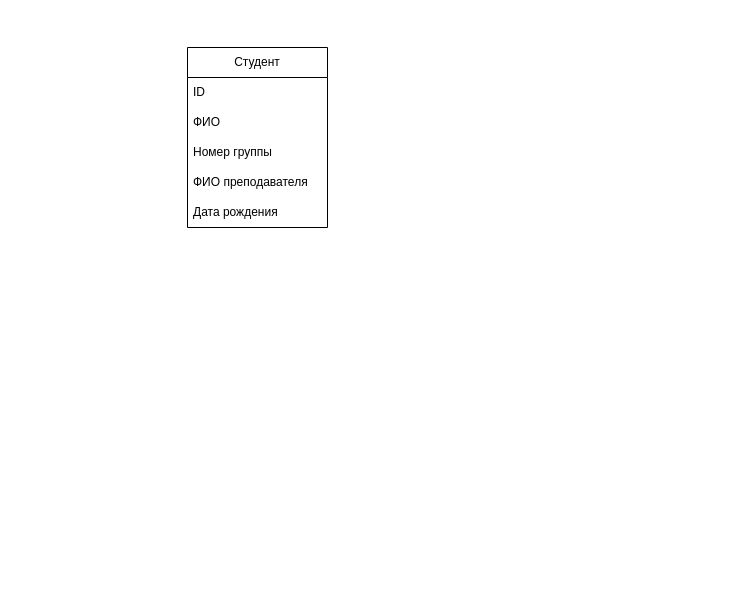
foreverhermit/Infobase-2 keeps this draw.io diagram as stydenti.drawio. Above is the earlier version. Source tidied: cells renumbered, new cells numbered last; positions are measured from the earlier drawing's top-left corner, leaving out a move shared by most shapes. Both pictures are drawn from the tidied source at 100%, with x=0, y=0 at pixel (187, 47).
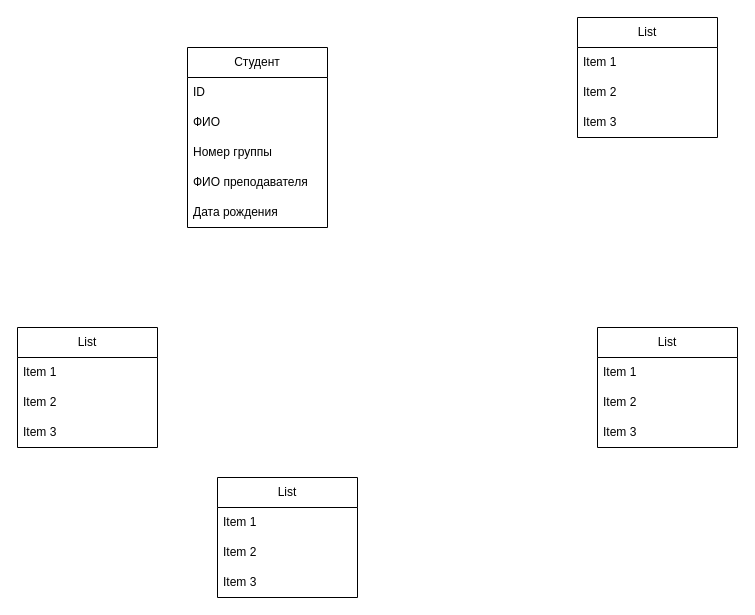
After the change.

The edit, as a diff of the source:
```diff
@@
+    <mxCell id="8" value="List" style="swimlane;fontStyle=0;horizontal=1;startSize=30;whiteSpace=wrap;html=1;" parent="1" vertex="1">
+      <mxGeometry x="30" y="430" width="140" height="120" as="geometry" />
+    </mxCell>
+    <mxCell id="9" value="Item 1" style="text;strokeColor=none;fillColor=none;align=left;verticalAlign=middle;spacingLeft=4;spacingRight=4;overflow=hidden;whiteSpace=wrap;html=1;" parent="8" vertex="1">
+      <mxGeometry y="30" width="140" height="30" as="geometry" />
+    </mxCell>
+    <mxCell id="10" value="Item 2" style="text;strokeColor=none;fillColor=none;align=left;verticalAlign=middle;spacingLeft=4;spacingRight=4;overflow=hidden;whiteSpace=wrap;html=1;" parent="8" vertex="1">
+      <mxGeometry y="60" width="140" height="30" as="geometry" />
+    </mxCell>
+    <mxCell id="11" value="Item 3" style="text;strokeColor=none;fillColor=none;align=left;verticalAlign=middle;spacingLeft=4;spacingRight=4;overflow=hidden;whiteSpace=wrap;html=1;" parent="8" vertex="1">
+      <mxGeometry y="90" width="140" height="30" as="geometry" />
+    </mxCell>
+    <mxCell id="12" value="List" style="swimlane;fontStyle=0;horizontal=1;startSize=30;whiteSpace=wrap;html=1;" parent="1" vertex="1">
+      <mxGeometry x="390" y="-30" width="140" height="120" as="geometry" />
+    </mxCell>
+    <mxCell id="13" value="Item 1" style="text;strokeColor=none;fillColor=none;align=left;verticalAlign=middle;spacingLeft=4;spacingRight=4;overflow=hidden;whiteSpace=wrap;html=1;" parent="12" vertex="1">
+      <mxGeometry y="30" width="140" height="30" as="geometry" />
+    </mxCell>
+    <mxCell id="14" value="Item 2" style="text;strokeColor=none;fillColor=none;align=left;verticalAlign=middle;spacingLeft=4;spacingRight=4;overflow=hidden;whiteSpace=wrap;html=1;" parent="12" vertex="1">
+      <mxGeometry y="60" width="140" height="30" as="geometry" />
+    </mxCell>
+    <mxCell id="15" value="Item 3" style="text;strokeColor=none;fillColor=none;align=left;verticalAlign=middle;spacingLeft=4;spacingRight=4;overflow=hidden;whiteSpace=wrap;html=1;" parent="12" vertex="1">
+      <mxGeometry y="90" width="140" height="30" as="geometry" />
+    </mxCell>
+    <mxCell id="16" value="List" style="swimlane;fontStyle=0;horizontal=1;startSize=30;whiteSpace=wrap;html=1;" parent="1" vertex="1">
+      <mxGeometry x="-170" y="280" width="140" height="120" as="geometry" />
+    </mxCell>
+    <mxCell id="17" value="Item 1" style="text;strokeColor=none;fillColor=none;align=left;verticalAlign=middle;spacingLeft=4;spacingRight=4;overflow=hidden;whiteSpace=wrap;html=1;" parent="16" vertex="1">
+      <mxGeometry y="30" width="140" height="30" as="geometry" />
+    </mxCell>
+    <mxCell id="18" value="Item 2" style="text;strokeColor=none;fillColor=none;align=left;verticalAlign=middle;spacingLeft=4;spacingRight=4;overflow=hidden;whiteSpace=wrap;html=1;" parent="16" vertex="1">
+      <mxGeometry y="60" width="140" height="30" as="geometry" />
+    </mxCell>
+    <mxCell id="19" value="Item 3" style="text;strokeColor=none;fillColor=none;align=left;verticalAlign=middle;spacingLeft=4;spacingRight=4;overflow=hidden;whiteSpace=wrap;html=1;" parent="16" vertex="1">
+      <mxGeometry y="90" width="140" height="30" as="geometry" />
+    </mxCell>
+    <mxCell id="20" value="List" style="swimlane;fontStyle=0;horizontal=1;startSize=30;whiteSpace=wrap;html=1;" parent="1" vertex="1">
+      <mxGeometry x="410" y="280" width="140" height="120" as="geometry" />
+    </mxCell>
+    <mxCell id="21" value="Item 1" style="text;strokeColor=none;fillColor=none;align=left;verticalAlign=middle;spacingLeft=4;spacingRight=4;overflow=hidden;whiteSpace=wrap;html=1;" parent="20" vertex="1">
+      <mxGeometry y="30" width="140" height="30" as="geometry" />
+    </mxCell>
+    <mxCell id="22" value="Item 2" style="text;strokeColor=none;fillColor=none;align=left;verticalAlign=middle;spacingLeft=4;spacingRight=4;overflow=hidden;whiteSpace=wrap;html=1;" parent="20" vertex="1">
+      <mxGeometry y="60" width="140" height="30" as="geometry" />
+    </mxCell>
+    <mxCell id="23" value="Item 3" style="text;strokeColor=none;fillColor=none;align=left;verticalAlign=middle;spacingLeft=4;spacingRight=4;overflow=hidden;whiteSpace=wrap;html=1;" parent="20" vertex="1">
+      <mxGeometry y="90" width="140" height="30" as="geometry" />
+    </mxCell>
```
